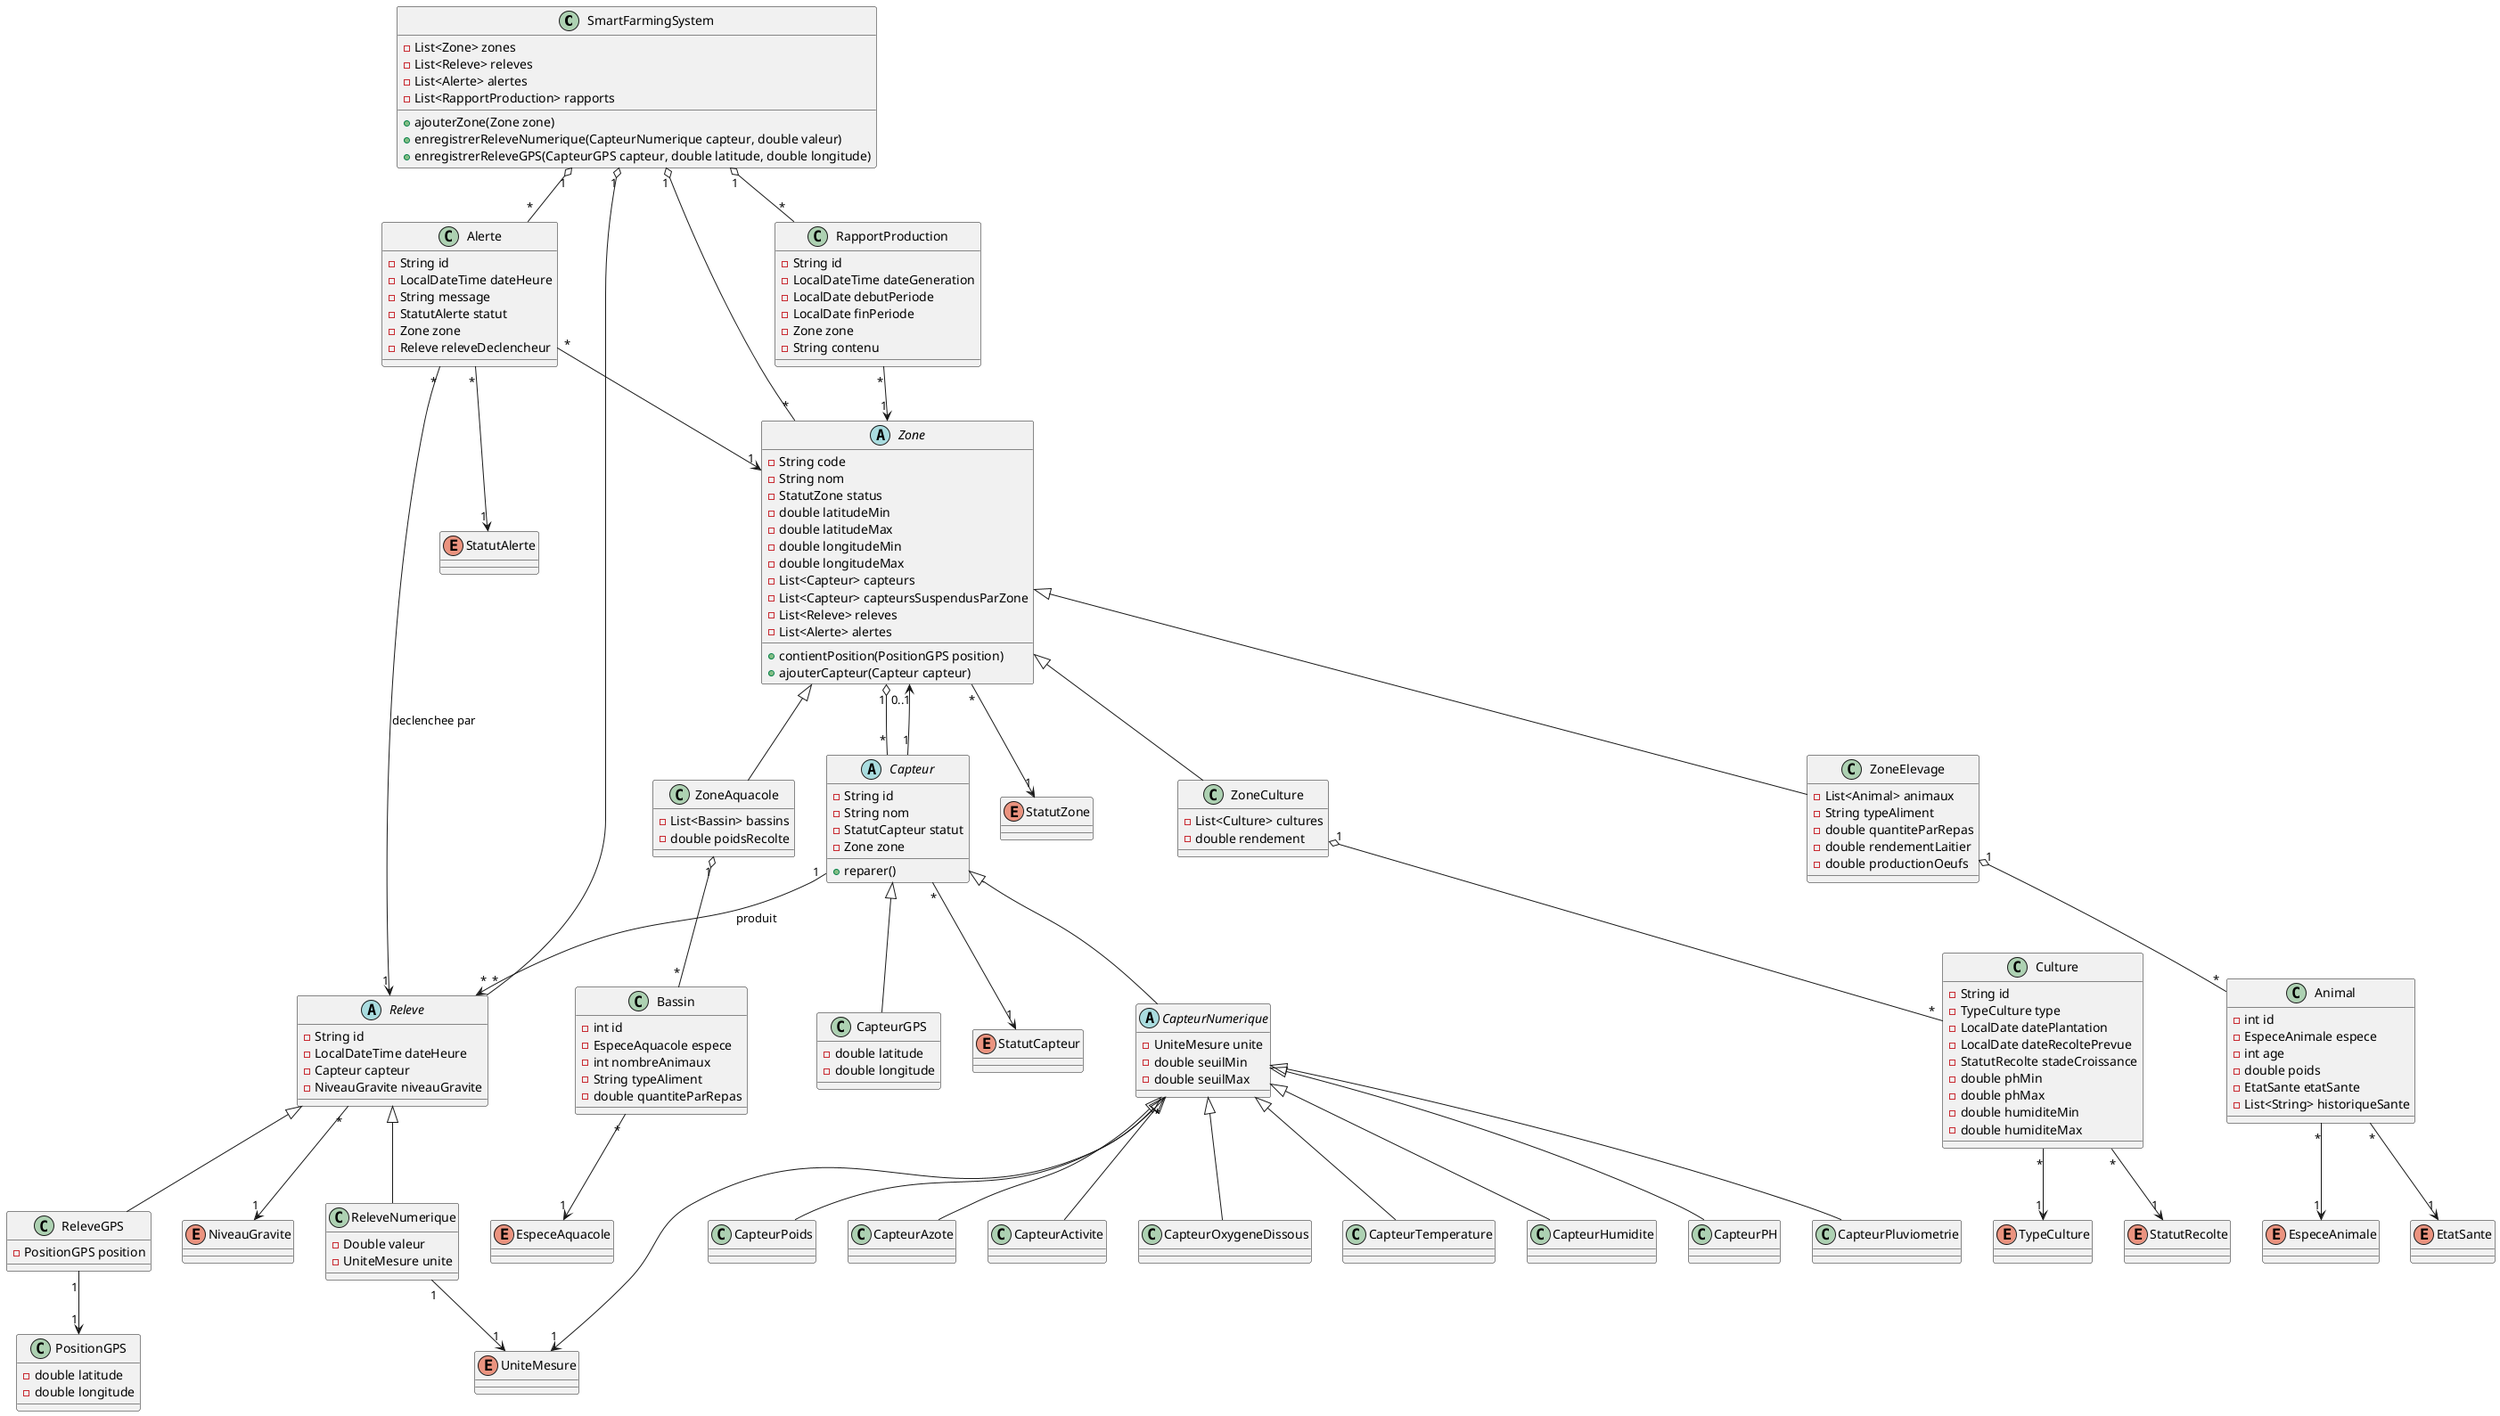
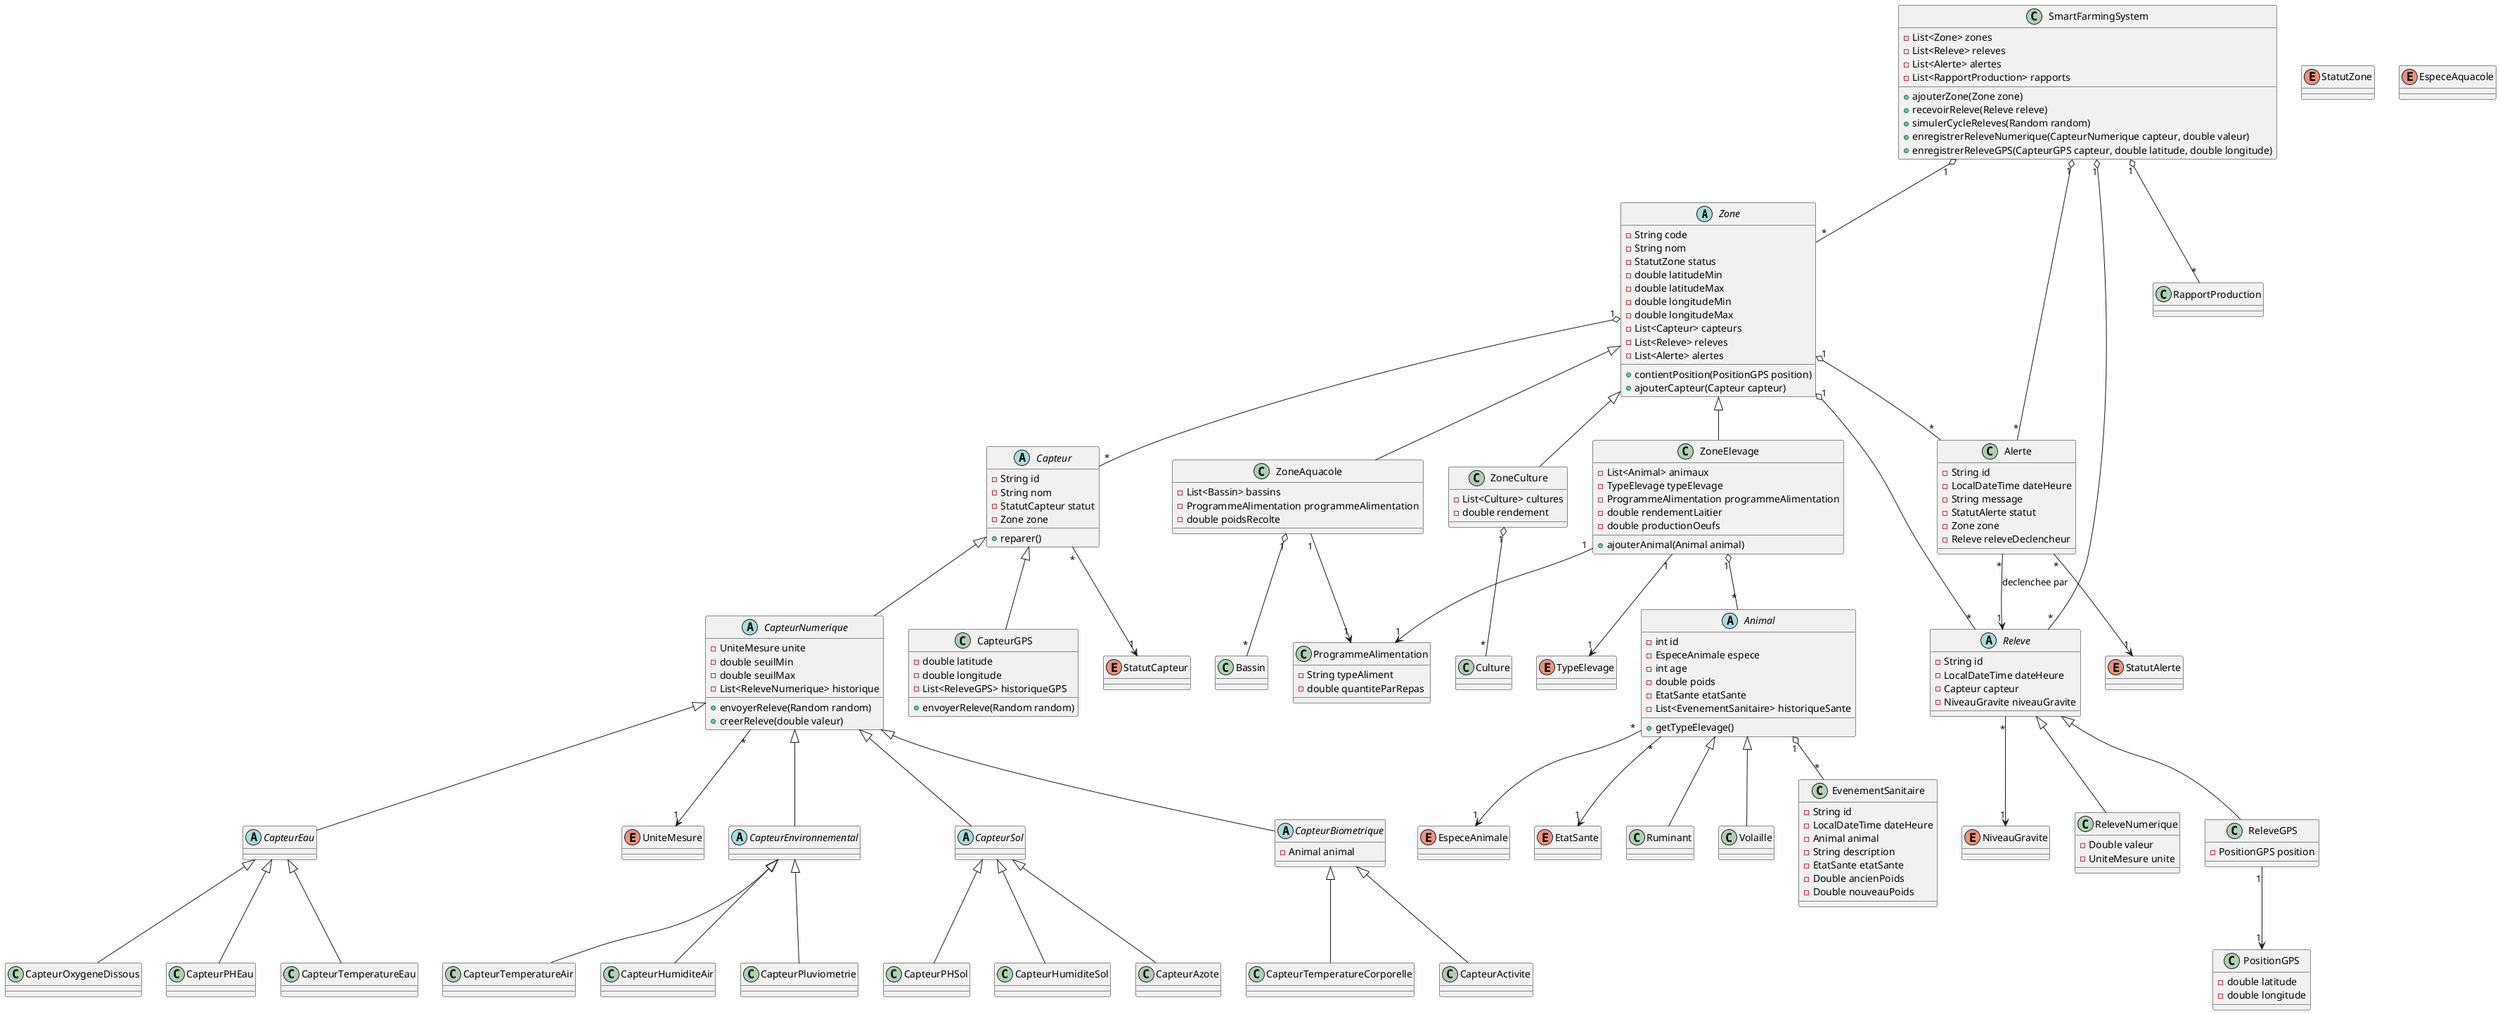
@startuml
- class SmartFarmingSystem {
- 	- List<Zone> zones
- 	- List<Releve> releves
- 	- List<Alerte> alertes
- 	- List<RapportProduction> rapports
- 	+ ajouterZone(Zone zone)
- 	+ enregistrerReleveNumerique(CapteurNumerique capteur, double valeur)
- 	+ enregistrerReleveGPS(CapteurGPS capteur, double latitude, double longitude)
- }
- 
abstract class Zone {
	- String code
	- String nom
	- StatutZone status
	- double latitudeMin
	- double latitudeMax
	- double longitudeMin
	- double longitudeMax
	- List<Capteur> capteurs
- 	- List<Capteur> capteursSuspendusParZone
	- List<Releve> releves
	- List<Alerte> alertes
	+ contientPosition(PositionGPS position)
	+ ajouterCapteur(Capteur capteur)
}
+ 
class ZoneCulture {
	- List<Culture> cultures
	- double rendement
}
+ 
class ZoneElevage {
	- List<Animal> animaux
- 	- String typeAliment
- 	- double quantiteParRepas
+ 	- TypeElevage typeElevage
+ 	- ProgrammeAlimentation programmeAlimentation
	- double rendementLaitier
	- double productionOeufs
- }
+ 	+ ajouterAnimal(Animal animal)
+ }
+ 
class ZoneAquacole {
	- List<Bassin> bassins
+ 	- ProgrammeAlimentation programmeAlimentation
	- double poidsRecolte
}

- class Culture {
- 	- String id
- 	- TypeCulture type
- 	- LocalDate datePlantation
- 	- LocalDate dateRecoltePrevue
- 	- StatutRecolte stadeCroissance
- 	- double phMin
- 	- double phMax
- 	- double humiditeMin
- 	- double humiditeMax
- }
- class Animal {
+ class SmartFarmingSystem {
+ 	- List<Zone> zones
+ 	- List<Releve> releves
+ 	- List<Alerte> alertes
+ 	- List<RapportProduction> rapports
+ 	+ ajouterZone(Zone zone)
+ 	+ recevoirReleve(Releve releve)
+ 	+ simulerCycleReleves(Random random)
+ 	+ enregistrerReleveNumerique(CapteurNumerique capteur, double valeur)
+ 	+ enregistrerReleveGPS(CapteurGPS capteur, double latitude, double longitude)
+ }
+ 
+ abstract class Animal {
	- int id
	- EspeceAnimale espece
	- int age
	- double poids
	- EtatSante etatSante
- 	- List<String> historiqueSante
- }
- class Bassin {
- 	- int id
- 	- EspeceAquacole espece
- 	- int nombreAnimaux
+ 	- List<EvenementSanitaire> historiqueSante
+ 	+ getTypeElevage()
+ }
+ 
+ class Ruminant
+ class Volaille
+ 
+ class EvenementSanitaire {
+ 	- String id
+ 	- LocalDateTime dateHeure
+ 	- Animal animal
+ 	- String description
+ 	- EtatSante etatSante
+ 	- Double ancienPoids
+ 	- Double nouveauPoids
+ }
+ 
+ class ProgrammeAlimentation {
	- String typeAliment
	- double quantiteParRepas
}
+ 
+ class Culture
+ class Bassin

abstract class Capteur {
	- String id
	- String nom
	- StatutCapteur statut
	- Zone zone
	+ reparer()
}
+ 
abstract class CapteurNumerique {
	- UniteMesure unite
	- double seuilMin
	- double seuilMax
- }
- class CapteurTemperature
- class CapteurHumidite
- class CapteurPH
+ 	- List<ReleveNumerique> historique
+ 	+ envoyerReleve(Random random)
+ 	+ creerReleve(double valeur)
+ }
+ 
+ abstract class CapteurEnvironnemental
+ abstract class CapteurSol
+ abstract class CapteurBiometrique {
+ 	- Animal animal
+ }
+ abstract class CapteurEau
+ 
+ class CapteurTemperatureAir
+ class CapteurHumiditeAir
class CapteurPluviometrie
- class CapteurPoids
+ class CapteurPHSol
+ class CapteurHumiditeSol
+ class CapteurAzote
+ class CapteurTemperatureCorporelle
+ class CapteurActivite
+ class CapteurTemperatureEau
+ class CapteurOxygeneDissous
+ class CapteurPHEau
class CapteurGPS {
	- double latitude
	- double longitude
- }
- class CapteurAzote
- class CapteurActivite
- class CapteurOxygeneDissous
+ 	- List<ReleveGPS> historiqueGPS
+ 	+ envoyerReleve(Random random)
+ }

abstract class Releve {
	- String id
	- LocalDateTime dateHeure
	- Capteur capteur
	- NiveauGravite niveauGravite
}
- class ReleveGPS {
- 	- PositionGPS position
- }
+ 
class ReleveNumerique {
	- Double valeur
	- UniteMesure unite
}
+ 
+ class ReleveGPS {
+ 	- PositionGPS position
+ }
+ 
class PositionGPS {
	- double latitude
	- double longitude
}
+ 
class Alerte {
	- String id
	- LocalDateTime dateHeure
	- String message
	- StatutAlerte statut
	- Zone zone
	- Releve releveDeclencheur
}
- class RapportProduction {
- 	- String id
- 	- LocalDateTime dateGeneration
- 	- LocalDate debutPeriode
- 	- LocalDate finPeriode
- 	- Zone zone
- 	- String contenu
- }
- 
+ 
+ class RapportProduction
+ 
+ enum TypeElevage
+ enum StatutZone
enum StatutCapteur
- enum StatutZone
enum StatutAlerte
enum NiveauGravite
enum UniteMesure
- enum EtatSante
- enum StatutRecolte
- enum TypeCulture
enum EspeceAnimale
enum EspeceAquacole
- 
+ enum EtatSante
+ 
+ Zone <|-- ZoneCulture
+ Zone <|-- ZoneElevage
+ Zone <|-- ZoneAquacole
SmartFarmingSystem "1" o-- "*" Zone
SmartFarmingSystem "1" o-- "*" Releve
SmartFarmingSystem "1" o-- "*" Alerte
SmartFarmingSystem "1" o-- "*" RapportProduction
- Zone <|-- ZoneCulture
- Zone <|-- ZoneElevage
- Zone <|-- ZoneAquacole
+ 
ZoneCulture "1" o-- "*" Culture
ZoneElevage "1" o-- "*" Animal
+ ZoneElevage "1" --> "1" TypeElevage
+ ZoneElevage "1" --> "1" ProgrammeAlimentation
ZoneAquacole "1" o-- "*" Bassin
+ ZoneAquacole "1" --> "1" ProgrammeAlimentation
Zone "1" o-- "*" Capteur
+ Zone "1" o-- "*" Releve
+ Zone "1" o-- "*" Alerte
+ 
+ Animal <|-- Ruminant
+ Animal <|-- Volaille
+ Animal "1" o-- "*" EvenementSanitaire
+ Animal "*" --> "1" EspeceAnimale
+ Animal "*" --> "1" EtatSante
+ 
Capteur <|-- CapteurNumerique
Capteur <|-- CapteurGPS
- CapteurNumerique <|-- CapteurTemperature
- CapteurNumerique <|-- CapteurHumidite
- CapteurNumerique <|-- CapteurPH
- CapteurNumerique <|-- CapteurPluviometrie
- CapteurNumerique <|-- CapteurPoids
- CapteurNumerique <|-- CapteurAzote
- CapteurNumerique <|-- CapteurActivite
- CapteurNumerique <|-- CapteurOxygeneDissous
- Capteur "1" --> "*" Releve : produit
+ CapteurNumerique <|-- CapteurEnvironnemental
+ CapteurNumerique <|-- CapteurSol
+ CapteurNumerique <|-- CapteurBiometrique
+ CapteurNumerique <|-- CapteurEau
+ CapteurEnvironnemental <|-- CapteurTemperatureAir
+ CapteurEnvironnemental <|-- CapteurHumiditeAir
+ CapteurEnvironnemental <|-- CapteurPluviometrie
+ CapteurSol <|-- CapteurPHSol
+ CapteurSol <|-- CapteurHumiditeSol
+ CapteurSol <|-- CapteurAzote
+ CapteurBiometrique <|-- CapteurTemperatureCorporelle
+ CapteurBiometrique <|-- CapteurActivite
+ CapteurEau <|-- CapteurTemperatureEau
+ CapteurEau <|-- CapteurOxygeneDissous
+ CapteurEau <|-- CapteurPHEau
+ 
+ Releve <|-- ReleveNumerique
Releve <|-- ReleveGPS
- Releve <|-- ReleveNumerique
ReleveGPS "1" --> "1" PositionGPS
- ReleveNumerique "1" --> "1" UniteMesure
+ Releve "*" --> "1" NiveauGravite
Alerte "*" --> "1" Releve : declenchee par
- Alerte "*" --> "1" Zone
- RapportProduction "*" --> "1" Zone
- Capteur "1" --> "0..1" Zone
- Animal "*" --> "1" EspeceAnimale
- Animal "*" --> "1" EtatSante
- Culture "*" --> "1" TypeCulture
- Culture "*" --> "1" StatutRecolte
- Bassin "*" --> "1" EspeceAquacole
+ Alerte "*" --> "1" StatutAlerte
Capteur "*" --> "1" StatutCapteur
CapteurNumerique "*" --> "1" UniteMesure
- Zone "*" --> "1" StatutZone
- Alerte "*" --> "1" StatutAlerte
- Releve "*" --> "1" NiveauGravite
@enduml
